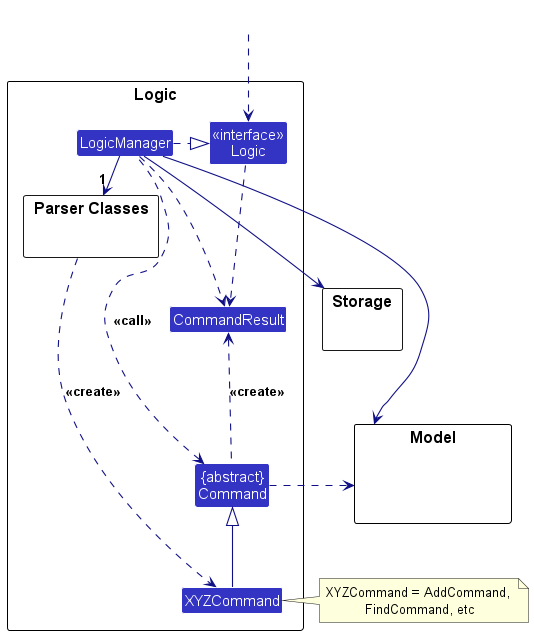
Above: docs/images/LogicClassDiagram.png in nus-cs2103-AY2324S2/tp (PlantUML), before the change.
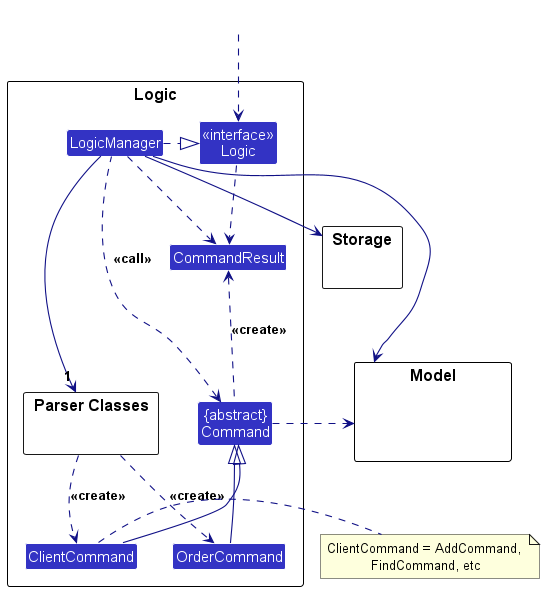
The same diagram one commit later.

Commit message:
Update the DeveloperGuide for Logic

The DeveloperGuide is not up to date with our
implementations.

This may be confusing to other developers or
readers that are viewing it.

Update the DeveloperGuide to our implementation
logic and methods.

This will allow our DeveloperGuide to be up to
date with our changes and easier to understand
overall, allowing for easier further
implementations.

What changed in the source:
```diff
@@ -8,7 +8,8 @@
 
 package "Parser Classes" as ParserClasses{
 }
-Class XYZCommand
+Class ClientCommand
+Class OrderCommand
 Class CommandResult
 Class "{abstract}\nCommand" as Command
 
@@ -29,9 +30,11 @@
 
 LogicManager .right.|> Logic
 LogicManager -right->"1" ParserClasses
-ParserClasses ..> XYZCommand : <<create>>
+ParserClasses ..> OrderCommand : <<create>>
+ParserClasses ..> ClientCommand : <<create>>
+ClientCommand -up-|> Command
 
-XYZCommand -up-|> Command
+OrderCommand -up-|> Command
 LogicManager .left.> Command : <<call>>
 
 LogicManager --> Model
@@ -39,7 +42,7 @@
 Storage --[hidden] Model
 Command .[hidden]up.> Storage
 Command .right.> Model
-note right of XYZCommand: XYZCommand = AddCommand, \nFindCommand, etc
+note right of ClientCommand: ClientCommand = AddCommand, \nFindCommand, etc
 
 Logic ..> CommandResult
 LogicManager .down.> CommandResult
```
